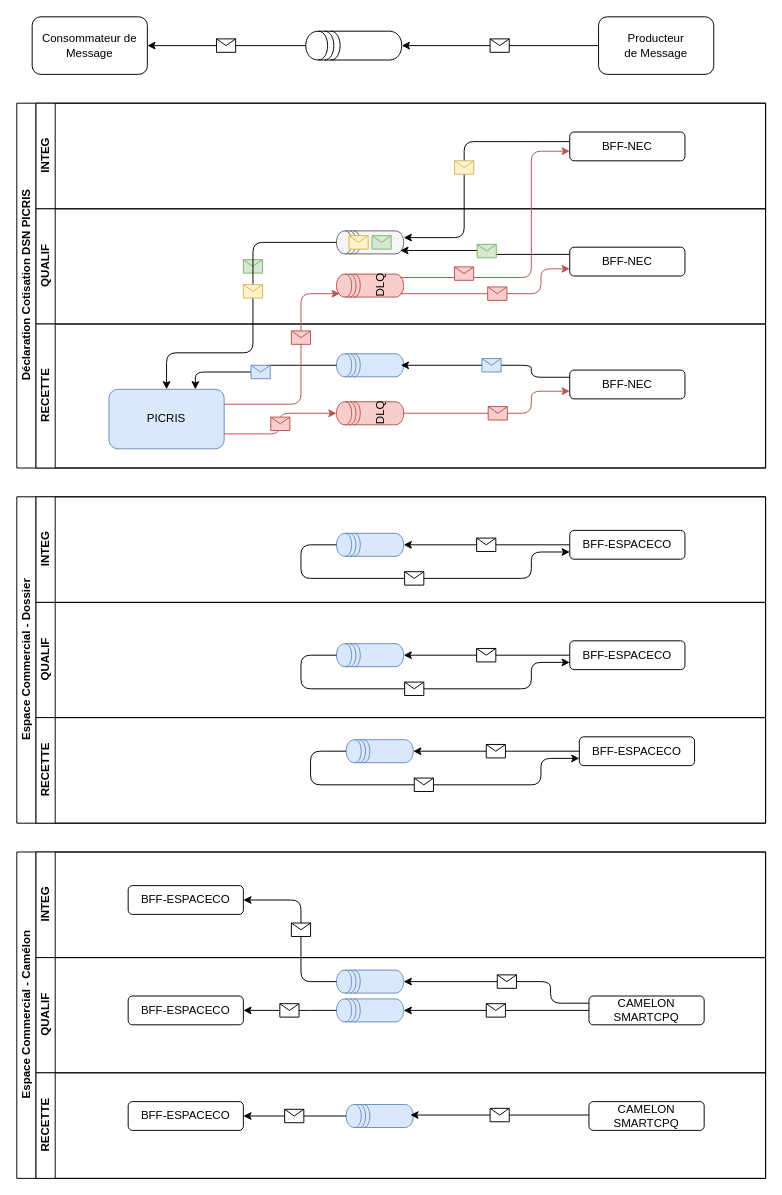
Before: exemples-JMS.drawio in vdupain/draw.io, a draw.io diagram. Source tidied: cells renumbered, new cells numbered last; positions are measured from the earlier drawing's top-left corner, leaving out a move shared by most shapes. Both pictures are drawn from the tidied source at 96%, with x=0, y=0 at pixel (16, -3).
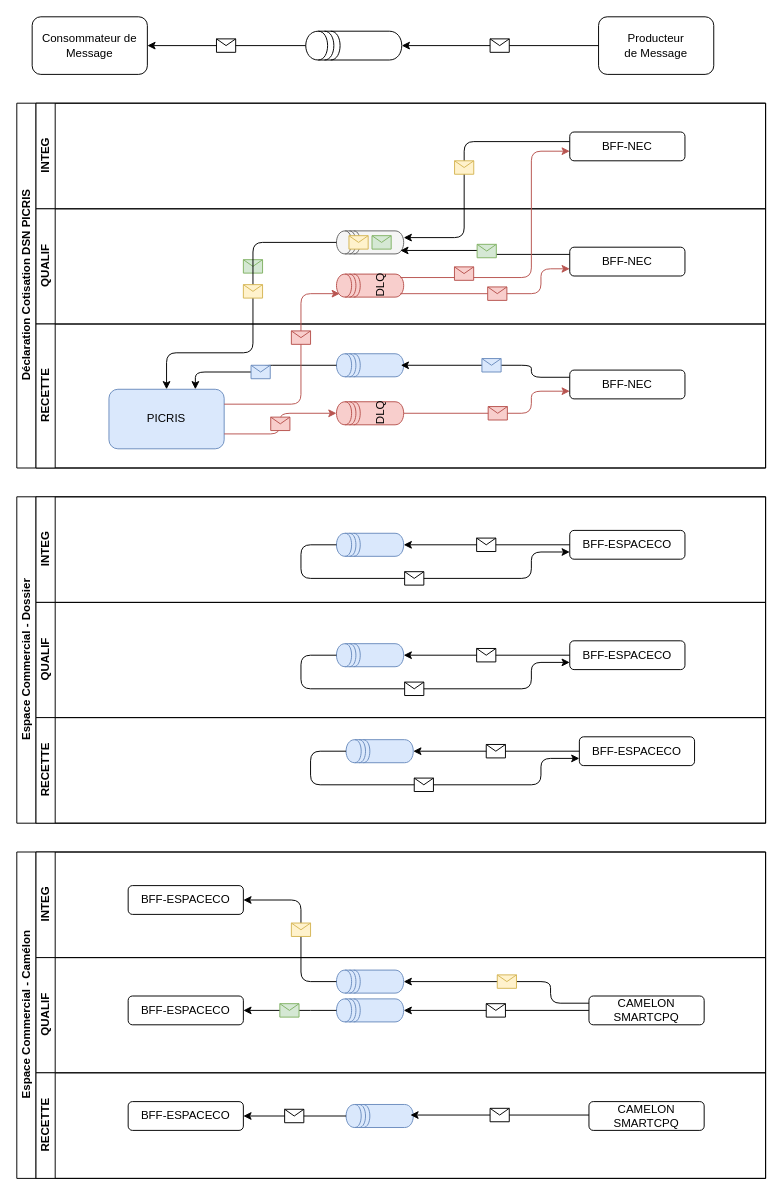
Above is the later version.

Unchanged cells that the change refers to:
```xml
<mxCell id="75" style="endArrow=classic;html=1;strokeColor=#000000;edgeStyle=orthogonalEdgeStyle;entryX=1;entryY=0.5;entryDx=0;entryDy=0;exitX=0.5;exitY=0;exitDx=0;exitDy=0;" parent="69" edge="1" source="71" target="70">
  <mxGeometry relative="1" as="geometry">
    <Array as="points">
      <mxPoint x="276" y="55" />
      <mxPoint x="276" y="55" />
    </Array>
  </mxGeometry>
</mxCell>
<mxCell id="78" style="endArrow=classic;html=1;strokeColor=#000000;edgeStyle=orthogonalEdgeStyle;entryX=0.5;entryY=1;entryDx=0;entryDy=0;exitX=0;exitY=0.25;exitDx=0;exitDy=0;" parent="69" edge="1" source="74" target="77">
  <mxGeometry relative="1" as="geometry">
    <Array as="points">
      <mxPoint x="536" y="48" />
      <mxPoint x="536" y="25" />
    </Array>
  </mxGeometry>
</mxCell>
<mxCell id="88" style="endArrow=classic;html=1;strokeColor=#000000;edgeStyle=orthogonalEdgeStyle;entryX=1;entryY=0.5;entryDx=0;entryDy=0;exitX=0.5;exitY=0;exitDx=0;exitDy=0;" parent="66" edge="1" source="77" target="68">
  <mxGeometry relative="1" as="geometry">
    <Array as="points">
      <mxPoint x="296" y="135" />
      <mxPoint x="296" y="50" />
    </Array>
  </mxGeometry>
</mxCell>
```

Change to the diagram source:
```diff
@@
-    <mxCell id="76" style="shape=message;html=1;" parent="75" vertex="1">
+    <mxCell id="76" style="shape=message;html=1;fillColor=#d5e8d4;strokeColor=#82b366;" parent="75" vertex="1">
       <mxGeometry width="20" height="14" relative="1" as="geometry">
         <mxPoint x="-10" y="-7" as="offset" />
       </mxGeometry>
     </mxCell>
@@
-    <mxCell id="79" style="shape=message;html=1;" parent="78" vertex="1">
+    <mxCell id="79" style="shape=message;html=1;fillColor=#fff2cc;strokeColor=#d6b656;" parent="78" vertex="1">
       <mxGeometry width="20" height="14" relative="1" as="geometry">
         <mxPoint x="-10" y="-7" as="offset" />
       </mxGeometry>
     </mxCell>
@@
-    <mxCell id="89" style="shape=message;html=1;" parent="88" vertex="1">
+    <mxCell id="89" style="shape=message;html=1;fillColor=#fff2cc;strokeColor=#d6b656;" parent="88" vertex="1">
       <mxGeometry width="20" height="14" relative="1" as="geometry">
         <mxPoint x="-10" y="-7" as="offset" />
       </mxGeometry>
     </mxCell>
```
